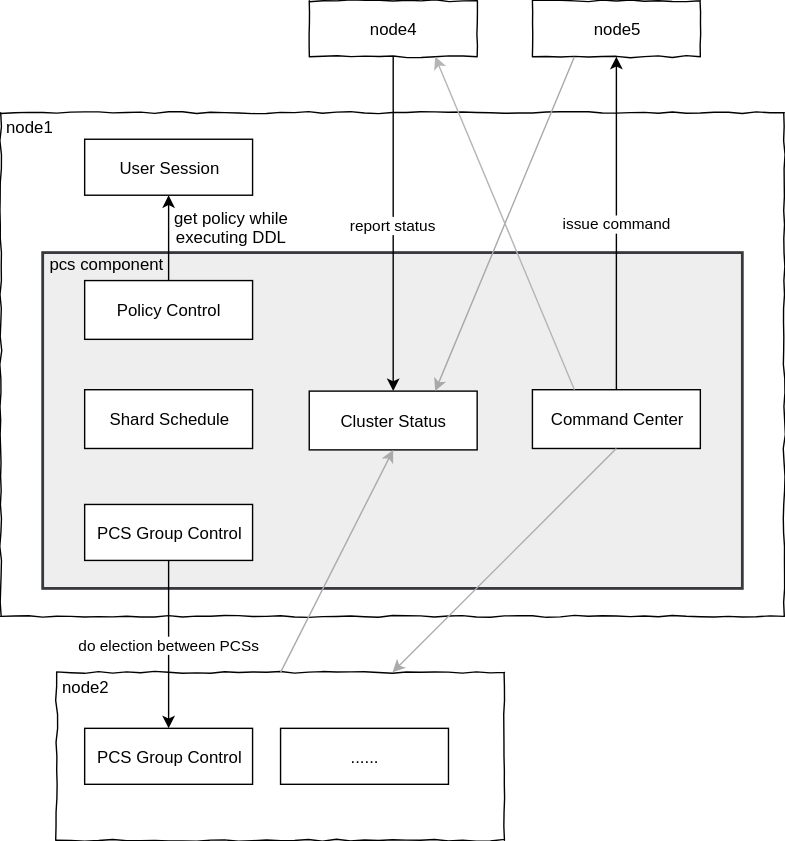
Before: attachments/1672728973669.drawio.svg, a diagram exported from draw.io (simbahebinbo/smallfat.github.io). Source tidied: cells renumbered, new cells last; positions are measured from the earlier drawing's top-left corner, leaving out a move shared by most shapes. Source of this version:
```xml
<mxGraphModel>
  <root>
    <mxCell id="0" />
    <mxCell id="1" parent="0" />
    <mxCell id="2" style="whiteSpace=wrap;html=1;comic=1;" parent="1" vertex="1">
      <mxGeometry x="40" y="480" width="320" height="120" as="geometry" />
    </mxCell>
    <mxCell id="3" style="whiteSpace=wrap;html=1;rounded=0;shadow=0;comic=1;glass=0;" parent="1" vertex="1">
      <mxGeometry y="80" width="560" height="360" as="geometry" />
    </mxCell>
    <mxCell id="4" style="rounded=0;whiteSpace=wrap;html=1;strokeColor=#36393d;strokeWidth=2;fillColor=#eeeeee;align=left;" parent="1" vertex="1">
      <mxGeometry x="30" y="180" width="500" height="240" as="geometry" />
    </mxCell>
    <mxCell id="5" value="&lt;span style=&quot;white-space: normal&quot;&gt;PCS Group Control&lt;/span&gt;" style="whiteSpace=wrap;html=1;" parent="1" vertex="1">
      <mxGeometry x="60" y="520" width="120" height="40" as="geometry" />
    </mxCell>
    <mxCell id="6" value="do election between PCSs" style="edgeStyle=orthogonalEdgeStyle;rounded=0;jettySize=auto;html=1;strokeColor=#000000;" parent="1" edge="1" source="7" target="5">
      <mxGeometry relative="1" as="geometry" />
    </mxCell>
    <mxCell id="7" value="PCS Group Control" style="whiteSpace=wrap;html=1;" parent="1" vertex="1">
      <mxGeometry x="60" y="360" width="120" height="40" as="geometry" />
    </mxCell>
    <mxCell id="8" style="edgeStyle=orthogonalEdgeStyle;rounded=0;jettySize=auto;html=1;exitX=0.5;exitY=0;exitDx=0;exitDy=0;entryX=0.5;entryY=1;entryDx=0;entryDy=0;" parent="1" edge="1" source="9" target="10">
      <mxGeometry relative="1" as="geometry" />
    </mxCell>
    <mxCell id="9" value="Policy Control" style="whiteSpace=wrap;html=1;" parent="1" vertex="1">
      <mxGeometry x="60" y="200" width="120" height="42" as="geometry" />
    </mxCell>
    <mxCell id="10" value="User Session" style="rounded=0;whiteSpace=wrap;html=1;fillColor=#FFFFFF;" parent="1" vertex="1">
      <mxGeometry x="60" y="99" width="120" height="40" as="geometry" />
    </mxCell>
    <mxCell id="11" value="Shard Schedule" style="whiteSpace=wrap;html=1;" parent="1" vertex="1">
      <mxGeometry x="60" y="278" width="120" height="42" as="geometry" />
    </mxCell>
    <mxCell id="12" value="issue command" style="edgeStyle=orthogonalEdgeStyle;rounded=0;jettySize=auto;html=1;entryX=0.5;entryY=1;entryDx=0;entryDy=0;" parent="1" edge="1" source="13" target="17">
      <mxGeometry relative="1" as="geometry" />
    </mxCell>
    <mxCell id="13" value="Command Center" style="whiteSpace=wrap;html=1;" parent="1" vertex="1">
      <mxGeometry x="380" y="278" width="120" height="42" as="geometry" />
    </mxCell>
    <mxCell id="14" value="Cluster Status" style="whiteSpace=wrap;html=1;" parent="1" vertex="1">
      <mxGeometry x="220.5" y="279" width="120" height="42" as="geometry" />
    </mxCell>
    <mxCell id="15" value="report status" style="edgeStyle=orthogonalEdgeStyle;rounded=0;jettySize=auto;html=1;" parent="1" edge="1" source="16" target="14">
      <mxGeometry relative="1" as="geometry" />
    </mxCell>
    <mxCell id="16" value="&lt;span style=&quot;white-space: normal&quot;&gt;node4&lt;/span&gt;" style="whiteSpace=wrap;html=1;comic=1;" parent="1" vertex="1">
      <mxGeometry x="220.5" width="120" height="40" as="geometry" />
    </mxCell>
    <mxCell id="17" value="&lt;span style=&quot;white-space: normal&quot;&gt;node5&lt;/span&gt;" style="whiteSpace=wrap;html=1;comic=1;" parent="1" vertex="1">
      <mxGeometry x="380" width="120" height="40" as="geometry" />
    </mxCell>
    <mxCell id="18" value="node1" style="text;html=1;strokeColor=none;fillColor=none;align=center;verticalAlign=middle;whiteSpace=wrap;rounded=0;" parent="1" vertex="1">
      <mxGeometry y="80" width="40" height="20" as="geometry" />
    </mxCell>
    <mxCell id="19" value="pcs component" style="text;html=1;strokeColor=none;fillColor=none;align=center;verticalAlign=middle;whiteSpace=wrap;rounded=0;" parent="1" vertex="1">
      <mxGeometry x="30" y="178" width="90" height="20" as="geometry" />
    </mxCell>
    <mxCell id="20" style="endArrow=classic;html=1;exitX=0.25;exitY=1;exitDx=0;exitDy=0;entryX=0.75;entryY=0;entryDx=0;entryDy=0;strokeColor=#A8A8A8;" parent="1" edge="1" source="17" target="14">
      <mxGeometry relative="1" as="geometry" />
    </mxCell>
    <mxCell id="21" value="get policy while executing DDL" style="text;html=1;strokeColor=none;fillColor=none;align=center;verticalAlign=middle;whiteSpace=wrap;rounded=0;" parent="1" vertex="1">
      <mxGeometry x="115" y="152" width="100" height="20" as="geometry" />
    </mxCell>
    <mxCell id="22" style="endArrow=classic;html=1;exitX=0.25;exitY=0;exitDx=0;exitDy=0;entryX=0.75;entryY=1;entryDx=0;entryDy=0;strokeColor=#B5B5B5;" parent="1" edge="1" source="13" target="16">
      <mxGeometry relative="1" as="geometry" />
    </mxCell>
    <mxCell id="23" value="node2" style="text;html=1;strokeColor=none;fillColor=none;align=center;verticalAlign=middle;whiteSpace=wrap;rounded=0;dashed=1;" parent="1" vertex="1">
      <mxGeometry x="40" y="480" width="40" height="20" as="geometry" />
    </mxCell>
    <mxCell id="24" value="&lt;span style=&quot;white-space: normal&quot;&gt;......&lt;/span&gt;" style="whiteSpace=wrap;html=1;" parent="1" vertex="1">
      <mxGeometry x="200" y="520" width="120" height="40" as="geometry" />
    </mxCell>
    <mxCell id="25" style="endArrow=classic;html=1;strokeColor=#ABABAB;exitX=0.5;exitY=0;exitDx=0;exitDy=0;entryX=0.5;entryY=1;entryDx=0;entryDy=0;" parent="1" edge="1" source="2" target="14">
      <mxGeometry relative="1" as="geometry" />
    </mxCell>
    <mxCell id="26" style="endArrow=classic;html=1;strokeColor=#ABABAB;exitX=0.5;exitY=1;exitDx=0;exitDy=0;entryX=0.75;entryY=0;entryDx=0;entryDy=0;" parent="1" edge="1" source="13" target="2">
      <mxGeometry relative="1" as="geometry" />
    </mxCell>
  </root>
</mxGraphModel>
```
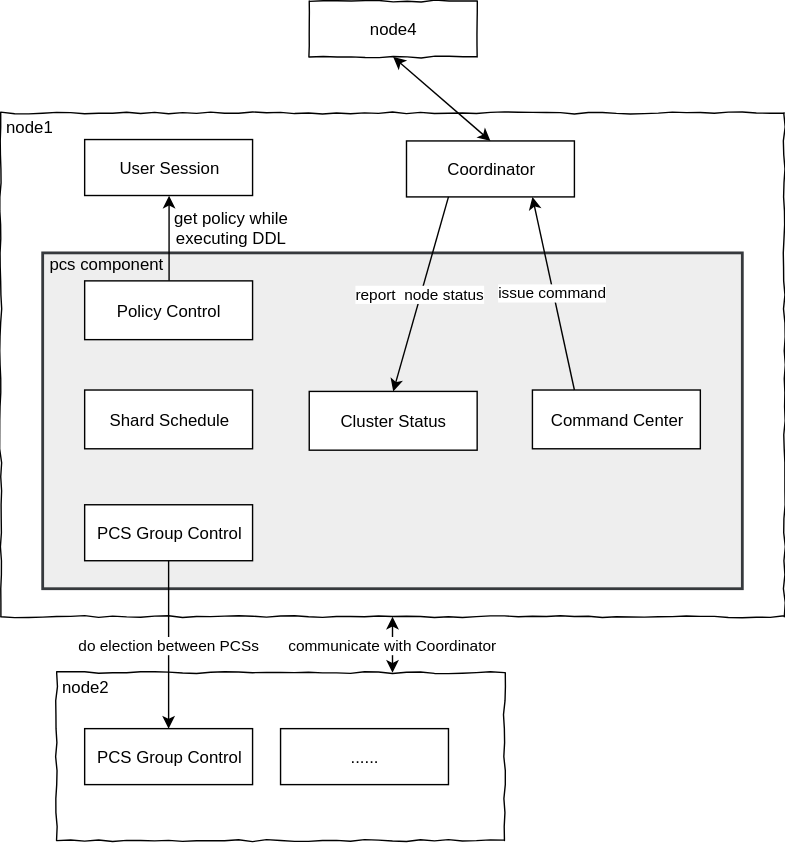
Later version of the same file.

Commit message:
添加附件 : attachments/1672728973669.drawio.svg

Diff of the diagram source:
```diff
@@ -32,37 +32,25 @@
     <mxCell id="11" value="Shard Schedule" style="whiteSpace=wrap;html=1;" parent="1" vertex="1">
       <mxGeometry x="60" y="278" width="120" height="42" as="geometry" />
     </mxCell>
-    <mxCell id="12" value="issue command" style="edgeStyle=orthogonalEdgeStyle;rounded=0;jettySize=auto;html=1;entryX=0.5;entryY=1;entryDx=0;entryDy=0;" parent="1" edge="1" source="13" target="17">
-      <mxGeometry relative="1" as="geometry" />
-    </mxCell>
     <mxCell id="13" value="Command Center" style="whiteSpace=wrap;html=1;" parent="1" vertex="1">
       <mxGeometry x="380" y="278" width="120" height="42" as="geometry" />
     </mxCell>
     <mxCell id="14" value="Cluster Status" style="whiteSpace=wrap;html=1;" parent="1" vertex="1">
       <mxGeometry x="220.5" y="279" width="120" height="42" as="geometry" />
     </mxCell>
-    <mxCell id="15" value="report status" style="edgeStyle=orthogonalEdgeStyle;rounded=0;jettySize=auto;html=1;" parent="1" edge="1" source="16" target="14">
-      <mxGeometry relative="1" as="geometry" />
-    </mxCell>
     <mxCell id="16" value="&lt;span style=&quot;white-space: normal&quot;&gt;node4&lt;/span&gt;" style="whiteSpace=wrap;html=1;comic=1;" parent="1" vertex="1">
       <mxGeometry x="220.5" width="120" height="40" as="geometry" />
     </mxCell>
-    <mxCell id="17" value="&lt;span style=&quot;white-space: normal&quot;&gt;node5&lt;/span&gt;" style="whiteSpace=wrap;html=1;comic=1;" parent="1" vertex="1">
-      <mxGeometry x="380" width="120" height="40" as="geometry" />
-    </mxCell>
     <mxCell id="18" value="node1" style="text;html=1;strokeColor=none;fillColor=none;align=center;verticalAlign=middle;whiteSpace=wrap;rounded=0;" parent="1" vertex="1">
       <mxGeometry y="80" width="40" height="20" as="geometry" />
     </mxCell>
     <mxCell id="19" value="pcs component" style="text;html=1;strokeColor=none;fillColor=none;align=center;verticalAlign=middle;whiteSpace=wrap;rounded=0;" parent="1" vertex="1">
       <mxGeometry x="30" y="178" width="90" height="20" as="geometry" />
     </mxCell>
-    <mxCell id="20" style="endArrow=classic;html=1;exitX=0.25;exitY=1;exitDx=0;exitDy=0;entryX=0.75;entryY=0;entryDx=0;entryDy=0;strokeColor=#A8A8A8;" parent="1" edge="1" source="17" target="14">
-      <mxGeometry relative="1" as="geometry" />
-    </mxCell>
     <mxCell id="21" value="get policy while executing DDL" style="text;html=1;strokeColor=none;fillColor=none;align=center;verticalAlign=middle;whiteSpace=wrap;rounded=0;" parent="1" vertex="1">
       <mxGeometry x="115" y="152" width="100" height="20" as="geometry" />
     </mxCell>
-    <mxCell id="22" style="endArrow=classic;html=1;exitX=0.25;exitY=0;exitDx=0;exitDy=0;entryX=0.75;entryY=1;entryDx=0;entryDy=0;strokeColor=#B5B5B5;" parent="1" edge="1" source="13" target="16">
+    <mxCell id="22" value="issue command" style="endArrow=classic;html=1;exitX=0.25;exitY=0;exitDx=0;exitDy=0;entryX=0.75;entryY=1;entryDx=0;entryDy=0;strokeColor=#000000;" parent="1" edge="1" source="13" target="27">
       <mxGeometry relative="1" as="geometry" />
     </mxCell>
     <mxCell id="23" value="node2" style="text;html=1;strokeColor=none;fillColor=none;align=center;verticalAlign=middle;whiteSpace=wrap;rounded=0;dashed=1;" parent="1" vertex="1">
@@ -71,11 +59,17 @@
     <mxCell id="24" value="&lt;span style=&quot;white-space: normal&quot;&gt;......&lt;/span&gt;" style="whiteSpace=wrap;html=1;" parent="1" vertex="1">
       <mxGeometry x="200" y="520" width="120" height="40" as="geometry" />
     </mxCell>
-    <mxCell id="25" style="endArrow=classic;html=1;strokeColor=#ABABAB;exitX=0.5;exitY=0;exitDx=0;exitDy=0;entryX=0.5;entryY=1;entryDx=0;entryDy=0;" parent="1" edge="1" source="2" target="14">
-      <mxGeometry relative="1" as="geometry" />
-    </mxCell>
-    <mxCell id="26" style="endArrow=classic;html=1;strokeColor=#ABABAB;exitX=0.5;exitY=1;exitDx=0;exitDy=0;entryX=0.75;entryY=0;entryDx=0;entryDy=0;" parent="1" edge="1" source="13" target="2">
-      <mxGeometry relative="1" as="geometry" />
-    </mxCell>
+    <mxCell id="27" value="Coordinator" style="rounded=0;whiteSpace=wrap;html=1;fillColor=#FFFFFF;" parent="1" vertex="1">
+      <mxGeometry x="290" y="100" width="120" height="40" as="geometry" />
+    </mxCell>
+    <mxCell id="28" value="report&amp;nbsp; node status" style="endArrow=classic;html=1;exitX=0.25;exitY=1;exitDx=0;exitDy=0;entryX=0.5;entryY=0;entryDx=0;entryDy=0;strokeColor=#000000;" parent="1" edge="1" source="27" target="14">
+      <mxGeometry relative="1" as="geometry" />
+    </mxCell>
+    <mxCell id="29" style="endArrow=classic;startArrow=classic;html=1;strokeColor=#000000;exitX=0.5;exitY=1;exitDx=0;exitDy=0;entryX=0.5;entryY=0;entryDx=0;entryDy=0;" parent="1" edge="1" source="16" target="27">
+      <mxGeometry relative="1" as="geometry" />
+    </mxCell>
+    <mxCell id="30" value="communicate with Coordinator" style="endArrow=classic;startArrow=classic;html=1;strokeColor=#000000;entryX=0.5;entryY=1;entryDx=0;entryDy=0;exitX=0.75;exitY=0;exitDx=0;exitDy=0;" parent="1" edge="1" source="2" target="3">
+      <mxGeometry relative="1" as="geometry" />
+    </mxCell>
   </root>
 </mxGraphModel>
```
